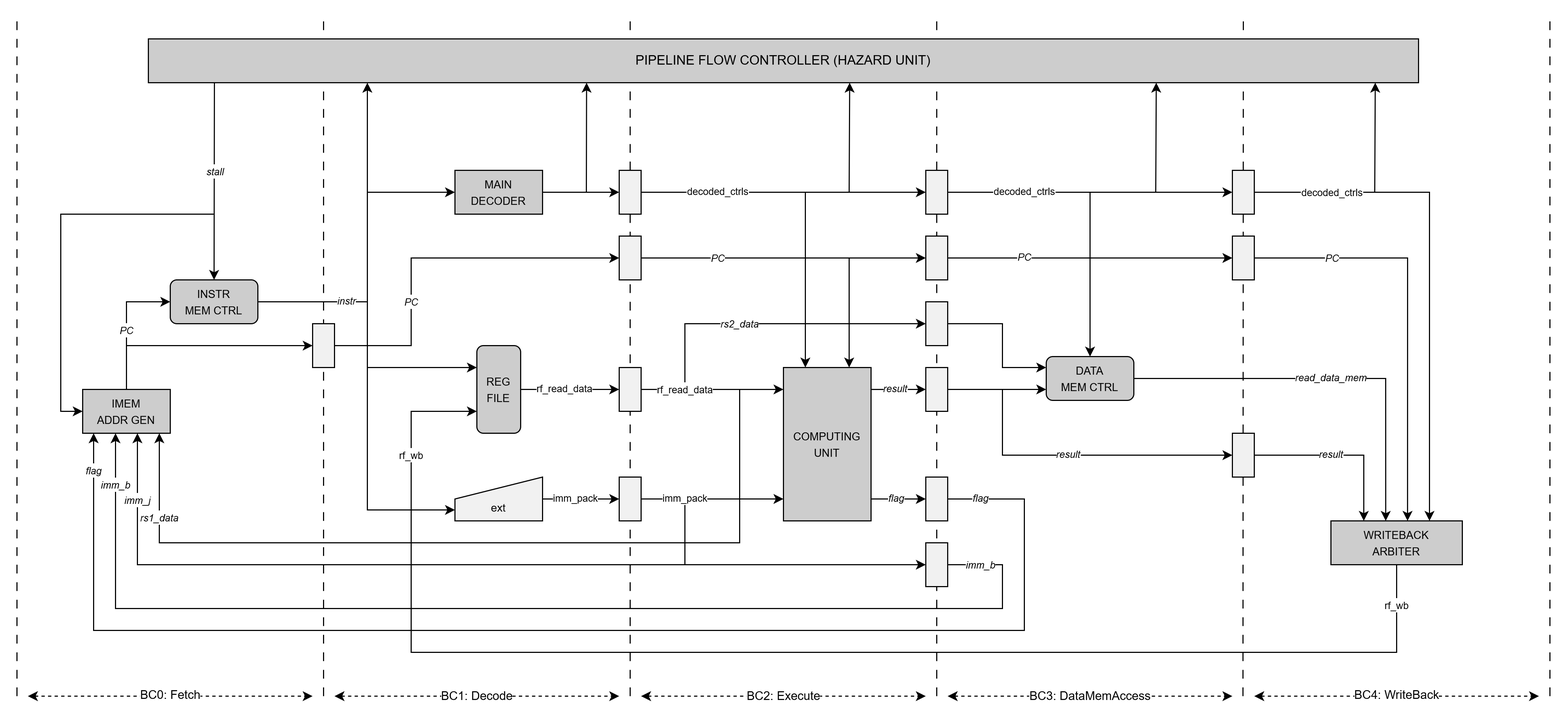
BIG-Denis/banana-core keeps this draw.io diagram as doc/img/bc_uarch_top_level.png. Above is the earlier version. Source tidied: cells renumbered, new cells last; positions are measured from the earlier drawing's top-left corner, leaving out a move shared by most shapes.
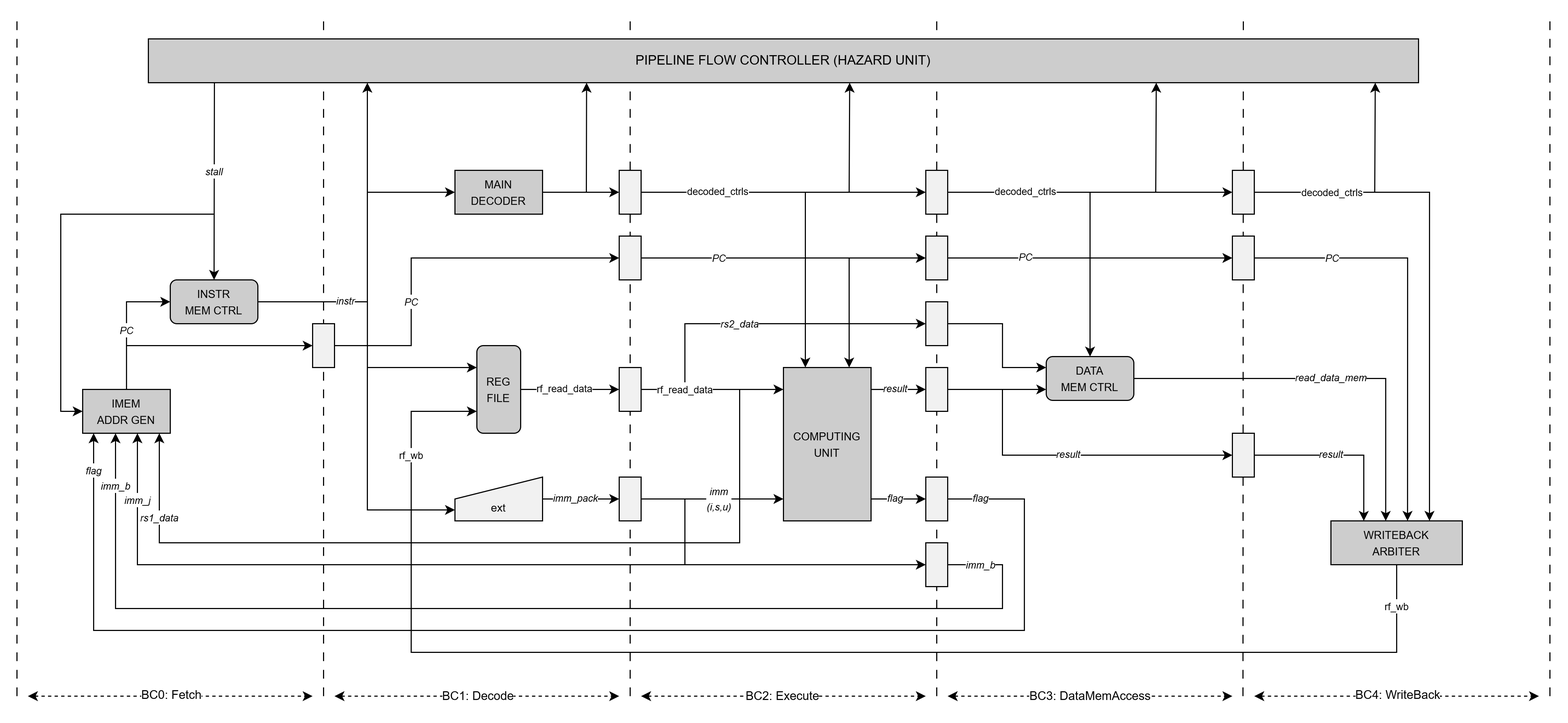
Above is the later version.

Commit message:
Doc[dev_interface_packages] Update top level uarch diagram - remove imm_pack interface

Diff of the diagram source:
```diff
@@ -175,7 +175,7 @@
     <mxCell id="36" style="edgeStyle=orthogonalEdgeStyle;rounded=0;jettySize=auto;html=1;entryX=0;entryY=0.5;entryDx=0;entryDy=0;" parent="1" edge="1" source="38" target="40">
       <mxGeometry relative="1" as="geometry" />
     </mxCell>
-    <mxCell id="37" value="&lt;font style=&quot;font-size: 9px;&quot;&gt;imm_pack&lt;/font&gt;" style="edgeLabel;html=1;align=center;verticalAlign=middle;" parent="36" vertex="1">
+    <mxCell id="37" value="&lt;font style=&quot;font-size: 9px;&quot;&gt;&lt;i&gt;imm_pack&lt;/i&gt;&lt;/font&gt;" style="edgeLabel;html=1;align=center;verticalAlign=middle;" parent="36" vertex="1">
       <mxGeometry x="-0.14" relative="1" as="geometry">
         <mxPoint y="-1" as="offset" />
       </mxGeometry>
@@ -242,6 +242,9 @@
     <mxCell id="52" style="edgeStyle=orthogonalEdgeStyle;rounded=0;jettySize=auto;html=1;entryX=0;entryY=0.857;entryDx=0;entryDy=0;entryPerimeter=0;" parent="1" edge="1" source="40" target="41">
       <mxGeometry relative="1" as="geometry" />
     </mxCell>
+    <mxCell id="110" value="&lt;font style=&quot;font-size: 9px;&quot;&gt;&lt;i&gt;imm&lt;/i&gt;&lt;/font&gt;&lt;div&gt;&lt;font style=&quot;font-size: 9px;&quot;&gt;&lt;i&gt;(i,s,u)&lt;/i&gt;&lt;/font&gt;&lt;/div&gt;" style="edgeLabel;html=1;align=center;verticalAlign=middle;" parent="52" vertex="1">
+      <mxGeometry x="0.08" relative="1" as="geometry" />
+    </mxCell>
     <mxCell id="53" style="edgeStyle=orthogonalEdgeStyle;rounded=0;jettySize=auto;html=1;entryX=0.417;entryY=0;entryDx=0;entryDy=0;entryPerimeter=0;" parent="1" edge="1" source="55" target="60">
       <mxGeometry relative="1" as="geometry" />
     </mxCell>
@@ -349,11 +352,6 @@
         </Array>
       </mxGeometry>
     </mxCell>
-    <mxCell id="73" value="&lt;font style=&quot;font-size: 9px;&quot;&gt;imm_pack&lt;/font&gt;" style="edgeLabel;html=1;align=center;verticalAlign=middle;" parent="72" vertex="1">
-      <mxGeometry x="-0.78" relative="1" as="geometry">
-        <mxPoint y="-32" as="offset" />
-      </mxGeometry>
-    </mxCell>
     <mxCell id="74" style="endArrow=classic;html=1;rounded=0;" parent="1" edge="1">
       <mxGeometry relative="1" as="geometry">
         <mxPoint x="980" y="160" as="sourcePoint" />
```
